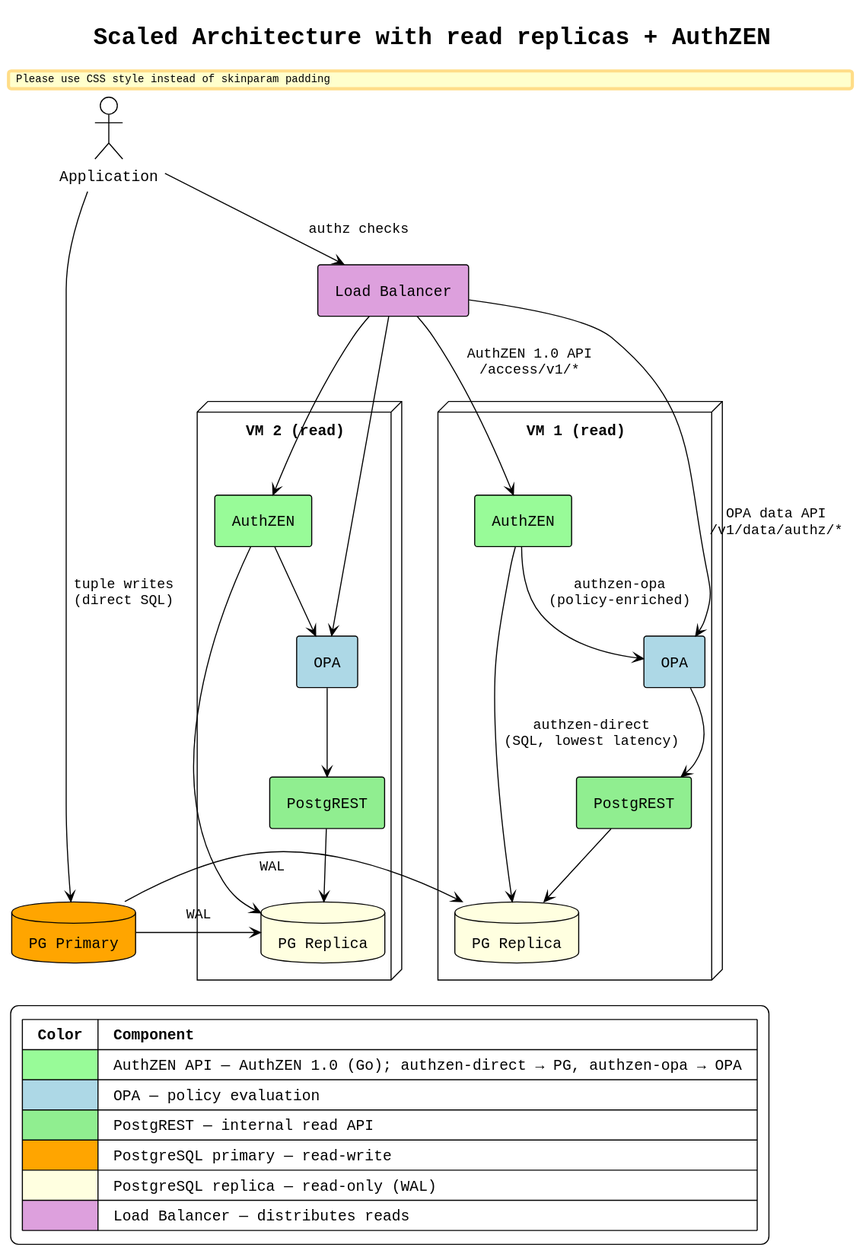
Before: docs/architecture-read-scaled.svg, a diagram exported from PlantUML (thomasdarimont/pgauthz).
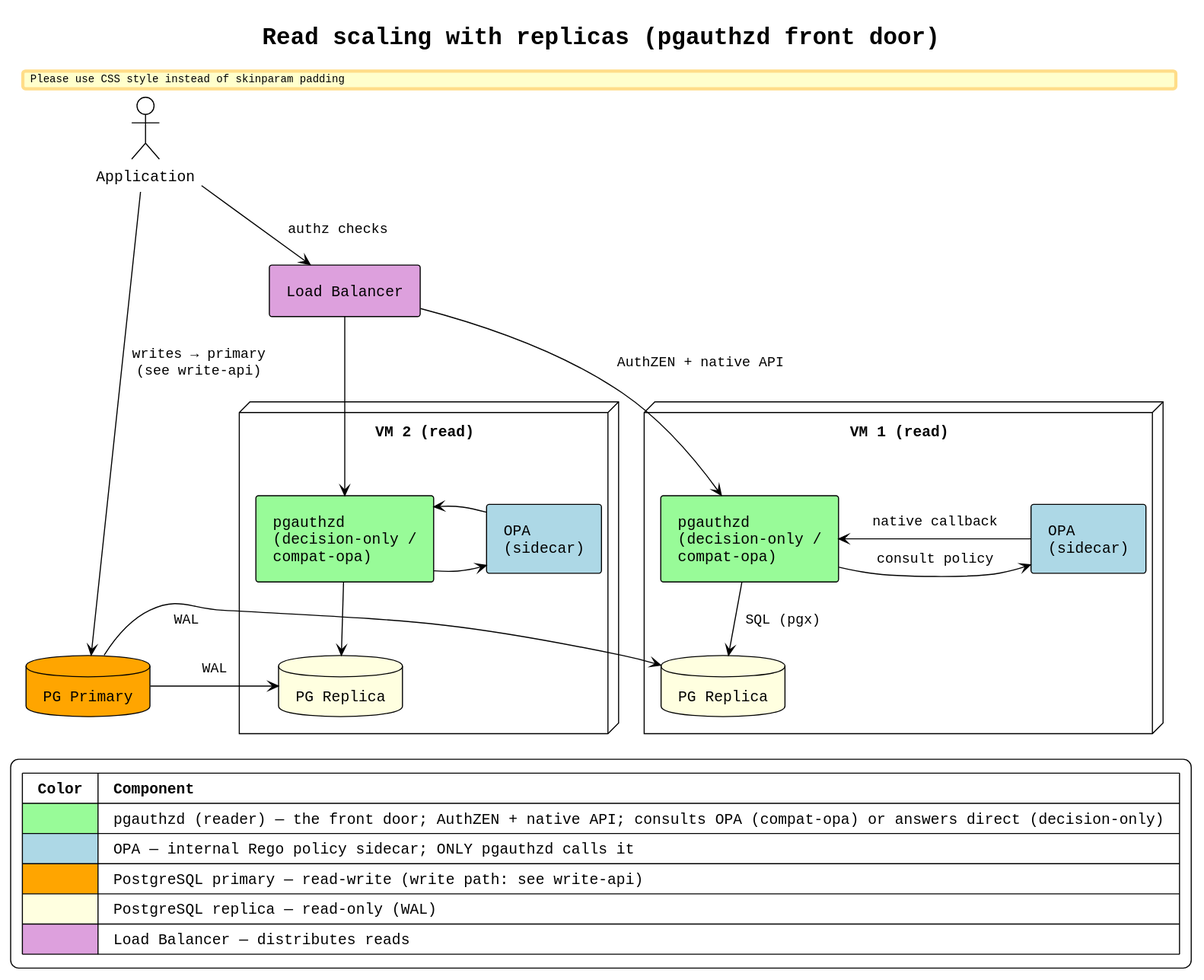
Later version of the same file.

Change to the diagram source:
```diff
@@ -7,53 +7,46 @@
 skinparam ranksep 40
 skinparam padding 6
 
-title Scaled Architecture with read replicas + AuthZEN
+title Read scaling with replicas (pgauthzd front door)
 
 actor "Application" as app3
 
 component "Load Balancer" as lb #Plum
 
 node "VM 1 (read)" as vm1 {
-    component "OPA" as opa3a #LightBlue
-    component "AuthZEN" as az3a #PaleGreen
-    component "PostgREST" as pgrst3a #LightGreen
+    component "pgauthzd\n(decision-only /\ncompat-opa)" as pgd3a #PaleGreen
+    component "OPA\n(sidecar)" as opa3a #LightBlue
     database "PG Replica" as pgr3a #LightYellow
 }
 
 node "VM 2 (read)" as vm2 {
-    component "OPA" as opa3b #LightBlue
-    component "AuthZEN" as az3b #PaleGreen
-    component "PostgREST" as pgrst3b #LightGreen
+    component "pgauthzd\n(decision-only /\ncompat-opa)" as pgd3b #PaleGreen
+    component "OPA\n(sidecar)" as opa3b #LightBlue
     database "PG Replica" as pgr3b #LightYellow
 }
 
 database "PG Primary" as pgp3 #Orange
 
 app3 -down-> lb : "authz checks"
-lb -down-> opa3a : "OPA data API\n/v1/data/authz/*"
-lb -down-> opa3b
-lb -down-> az3a : "AuthZEN 1.0 API\n/access/v1/*"
-lb -down-> az3b
-opa3a -down-> pgrst3a
-opa3b -down-> pgrst3b
-az3a -down-> opa3a : "authzen-opa\n(policy-enriched)"
-az3a -down-> pgr3a : "authzen-direct\n(SQL, lowest latency)"
-az3b -down-> opa3b
-az3b -down-> pgr3b
-pgrst3a -down-> pgr3a
-pgrst3b -down-> pgr3b
+lb -down-> pgd3a : "AuthZEN + native API"
+lb -down-> pgd3b
+pgd3a -right-> opa3a : "consult policy"
+opa3a -left-> pgd3a : "native callback"
+pgd3b -right-> opa3b
+opa3b -left-> pgd3b
+pgd3a -down-> pgr3a : "SQL (pgx)"
+pgd3b -down-> pgr3b
 
-app3 -down-> pgp3 : "tuple writes\n(direct SQL)"
+app3 -down-> pgp3 : "writes → primary\n(see write-api)"
 
 pgp3 -right-> pgr3a : "  WAL  "
 pgp3 -right-> pgr3b : "  WAL  "
 
 legend bottom left
   |= Color |= Component |
-  | <#PaleGreen> | AuthZEN API — AuthZEN 1.0 (Go); authzen-direct → PG, authzen-opa → OPA |
-  | <#LightBlue> | OPA — policy evaluation |
-  | <#LightGreen> | PostgREST — internal read API |
-  | <#Orange> | PostgreSQL primary — read-write |
+  | <#PaleGreen> | pgauthzd (reader) — the front door; AuthZEN + native API; consults OPA (compat-opa) or answers direct (decision-only) |
+  | <#LightBlue> | OPA — internal Rego policy sidecar; ONLY pgauthzd calls it |
+  | <#Orange> | PostgreSQL primary — read-write (write path: see write-api) |
   | <#LightYellow> | PostgreSQL replica — read-only (WAL) |
   | <#Plum> | Load Balancer — distributes reads |
 end legend
```
